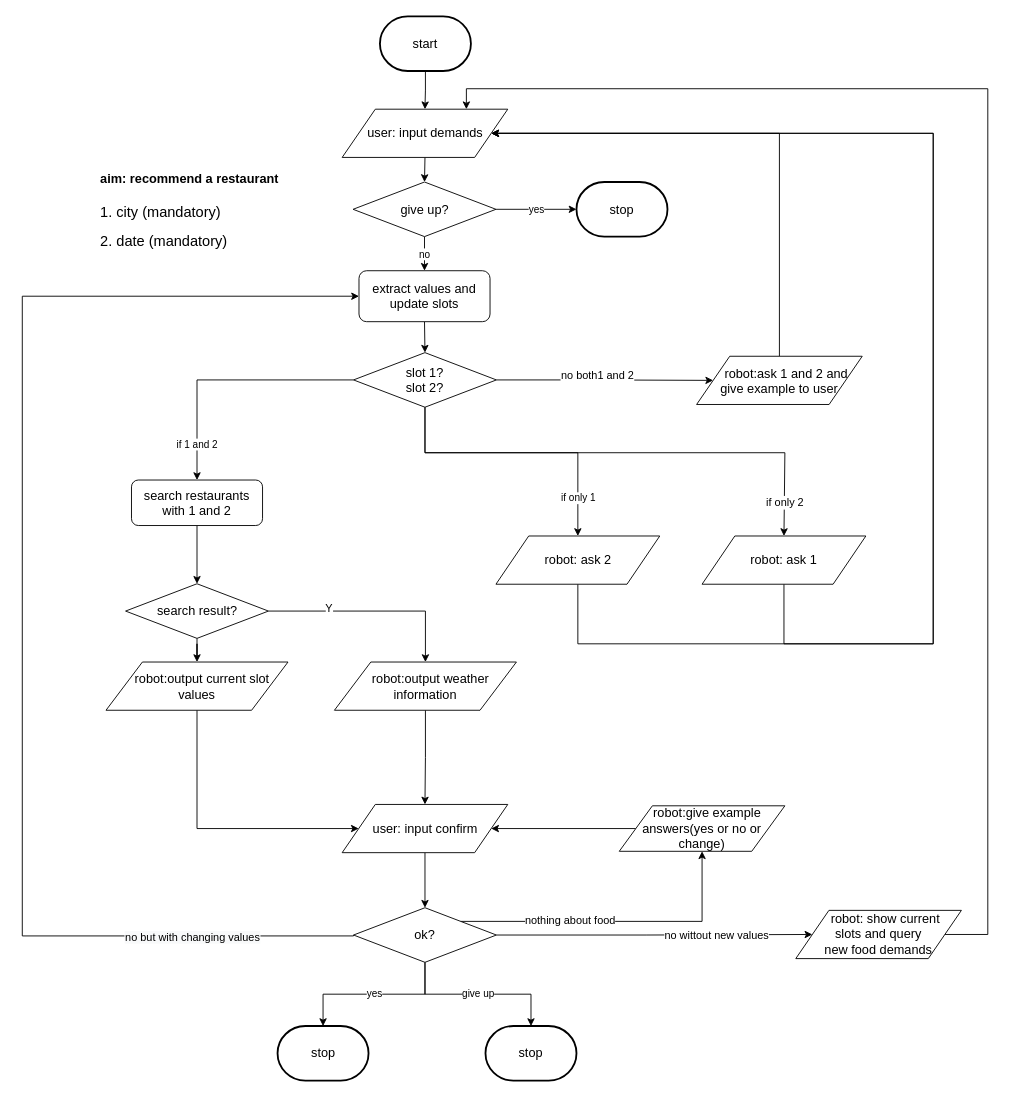
Before: flow_diagram/consult_weather.drawio in ricosr/travel_consult_chatbot, a draw.io diagram. Source tidied: cells renumbered, new cells numbered last; positions are measured from the earlier drawing's top-left corner, leaving out a move shared by most shapes. Both pictures are drawn from the tidied source at 91%, with x=0, y=0 at pixel (22, 16).
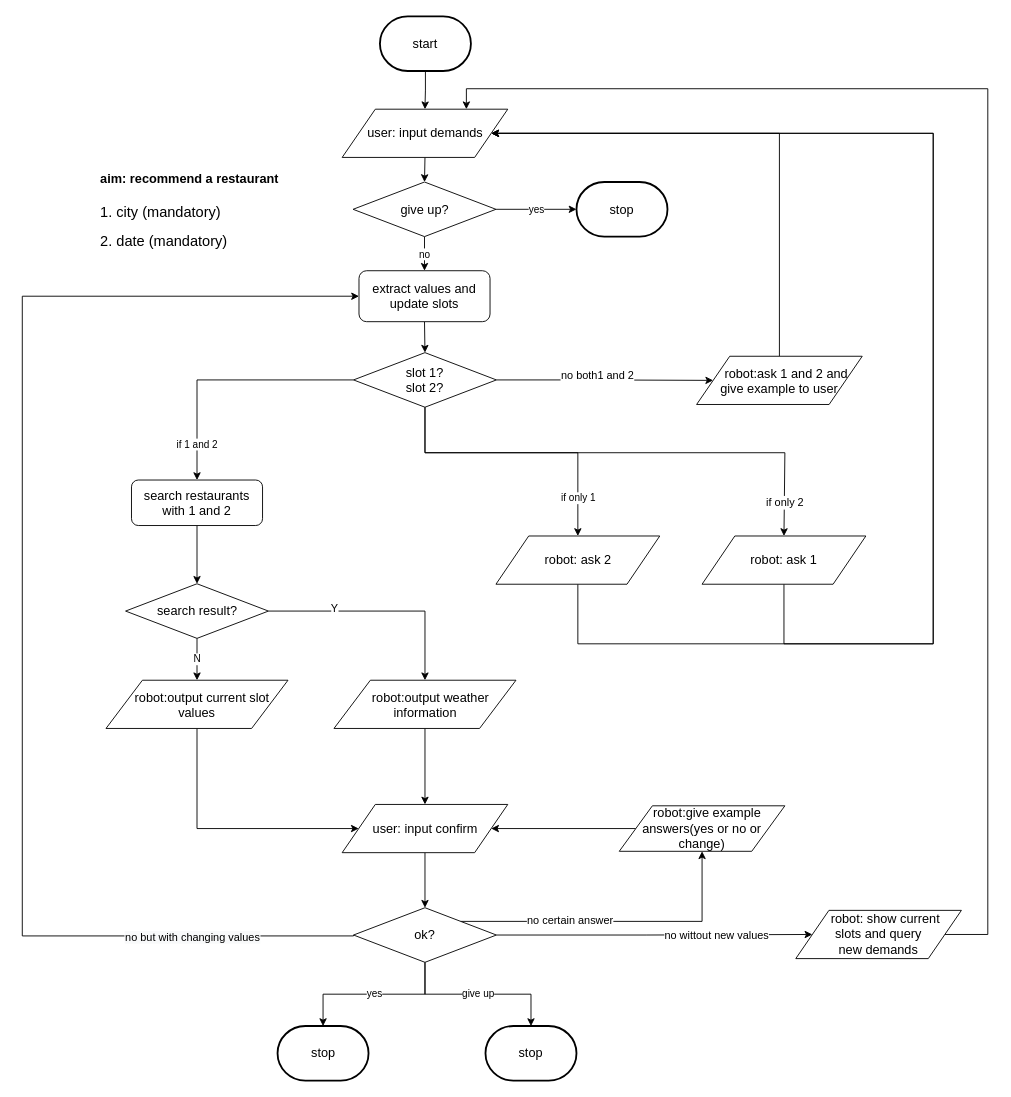
The same page after the edit.

The change refers to these unchanged cells:
```xml
<mxCell id="20" style="edgeStyle=orthogonalEdgeStyle;rounded=0;jettySize=auto;html=1;exitX=1;exitY=0;exitDx=0;exitDy=0;" parent="1" edge="1" source="28" target="36">
  <mxGeometry relative="1" as="geometry" />
</mxCell>
<mxCell id="50" value="&lt;font style=&quot;font-size: 14px&quot;&gt;search result?&lt;br&gt;&lt;/font&gt;" style="rhombus;whiteSpace=wrap;html=1;" parent="1" vertex="1">
  <mxGeometry x="113.5" y="623" width="157" height="60" as="geometry" />
</mxCell>
```

What changed in the source:
```diff
@@
-    <mxCell id="9" value="&lt;font style=&quot;font-size: 14px&quot;&gt;&amp;nbsp; &amp;nbsp; robot: show current &lt;br&gt;slots and&amp;nbsp;&lt;/font&gt;&lt;span style=&quot;font-size: 14px&quot;&gt;query &lt;br&gt;new food demands&lt;/span&gt;" style="shape=parallelogram;perimeter=parallelogramPerimeter;whiteSpace=wrap;html=1;" parent="1" vertex="1">
+    <mxCell id="9" value="&lt;font style=&quot;font-size: 14px&quot;&gt;&amp;nbsp; &amp;nbsp; robot: show current &lt;br&gt;slots and&amp;nbsp;&lt;/font&gt;&lt;span style=&quot;font-size: 14px&quot;&gt;query &lt;br&gt;new demands&lt;/span&gt;" style="shape=parallelogram;perimeter=parallelogramPerimeter;whiteSpace=wrap;html=1;" parent="1" vertex="1">
       <mxGeometry x="850" y="981.9" width="182" height="53" as="geometry" />
     </mxCell>
@@
     <mxCell id="17" value="&lt;span style=&quot;font-size: 14px ; white-space: normal&quot;&gt;&amp;nbsp; &amp;nbsp;robot:output weather information&lt;/span&gt;" style="shape=parallelogram;perimeter=parallelogramPerimeter;whiteSpace=wrap;html=1;" parent="1" vertex="1">
-      <mxGeometry x="343" y="709" width="200" height="53" as="geometry" />
+      <mxGeometry x="342.5" y="729" width="200" height="53" as="geometry" />
     </mxCell>
@@
-    <mxCell id="21" value="nothing about food" style="text;html=1;align=center;verticalAlign=middle;labelBackgroundColor=#ffffff;" parent="20" vertex="1">
+    <mxCell id="21" value="no certain answer" style="text;html=1;align=center;verticalAlign=middle;labelBackgroundColor=#ffffff;" parent="20" vertex="1">
       <mxGeometry x="-0.3" relative="1" as="geometry">
         <mxPoint y="-2" as="offset" />
       </mxGeometry>
     </mxCell>
@@
-    <mxCell id="49" style="edgeStyle=orthogonalEdgeStyle;rounded=0;jettySize=auto;html=1;exitX=0.5;exitY=1;exitDx=0;exitDy=0;" parent="1" edge="1" source="50" target="52">
+    <mxCell id="49" value="N" style="edgeStyle=orthogonalEdgeStyle;rounded=0;jettySize=auto;html=1;exitX=0.5;exitY=1;exitDx=0;exitDy=0;" parent="1" edge="1" source="50" target="52">
       <mxGeometry relative="1" as="geometry" />
     </mxCell>
@@
     <mxCell id="52" value="&lt;span style=&quot;font-size: 14px ; white-space: normal&quot;&gt;&amp;nbsp; &amp;nbsp;robot:output current slot values&lt;/span&gt;" style="shape=parallelogram;perimeter=parallelogramPerimeter;whiteSpace=wrap;html=1;" parent="1" vertex="1">
-      <mxGeometry x="92" y="709" width="200" height="53" as="geometry" />
+      <mxGeometry x="92" y="729" width="200" height="53" as="geometry" />
     </mxCell>
```
